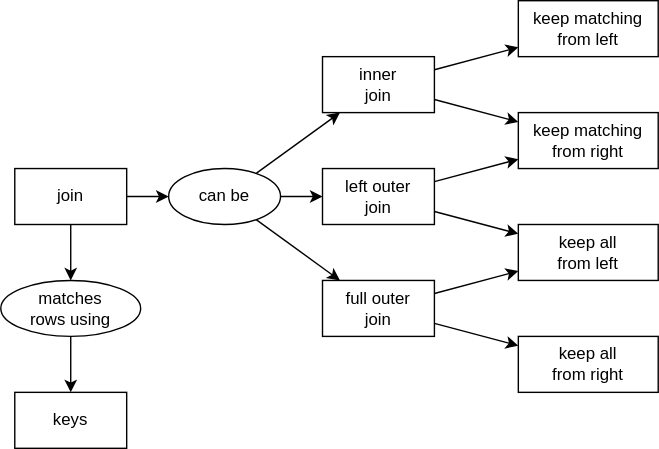
The draw.io diagram img/concept_map_join.svg in gvwilson/sql-tutorial, before a commit. Source tidied: cells renumbered, new cells last; positions are measured from the earlier drawing's top-left corner, leaving out a move shared by most shapes.
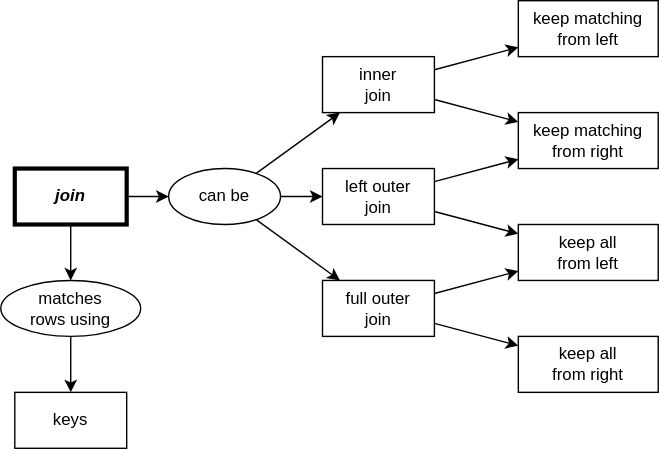
After the commit.

Commit message:
feat: concept map for temporary tables

What changed in the source:
```diff
@@ -2,7 +2,7 @@
   <root>
     <mxCell id="0" />
     <mxCell id="1" parent="0" />
-    <mxCell id="2" value="join" style="rounded=0;whiteSpace=wrap;html=1;fillColor=none;" parent="1" vertex="1">
+    <mxCell id="2" value="&lt;i&gt;&lt;b&gt;join&lt;/b&gt;&lt;/i&gt;" style="rounded=0;whiteSpace=wrap;html=1;fillColor=none;strokeWidth=3;" parent="1" vertex="1">
       <mxGeometry x="10" y="120" width="80" height="40" as="geometry" />
     </mxCell>
     <mxCell id="3" value="keep matching&lt;br&gt;from left" style="rounded=0;whiteSpace=wrap;html=1;fillColor=none;" parent="1" vertex="1">
```
